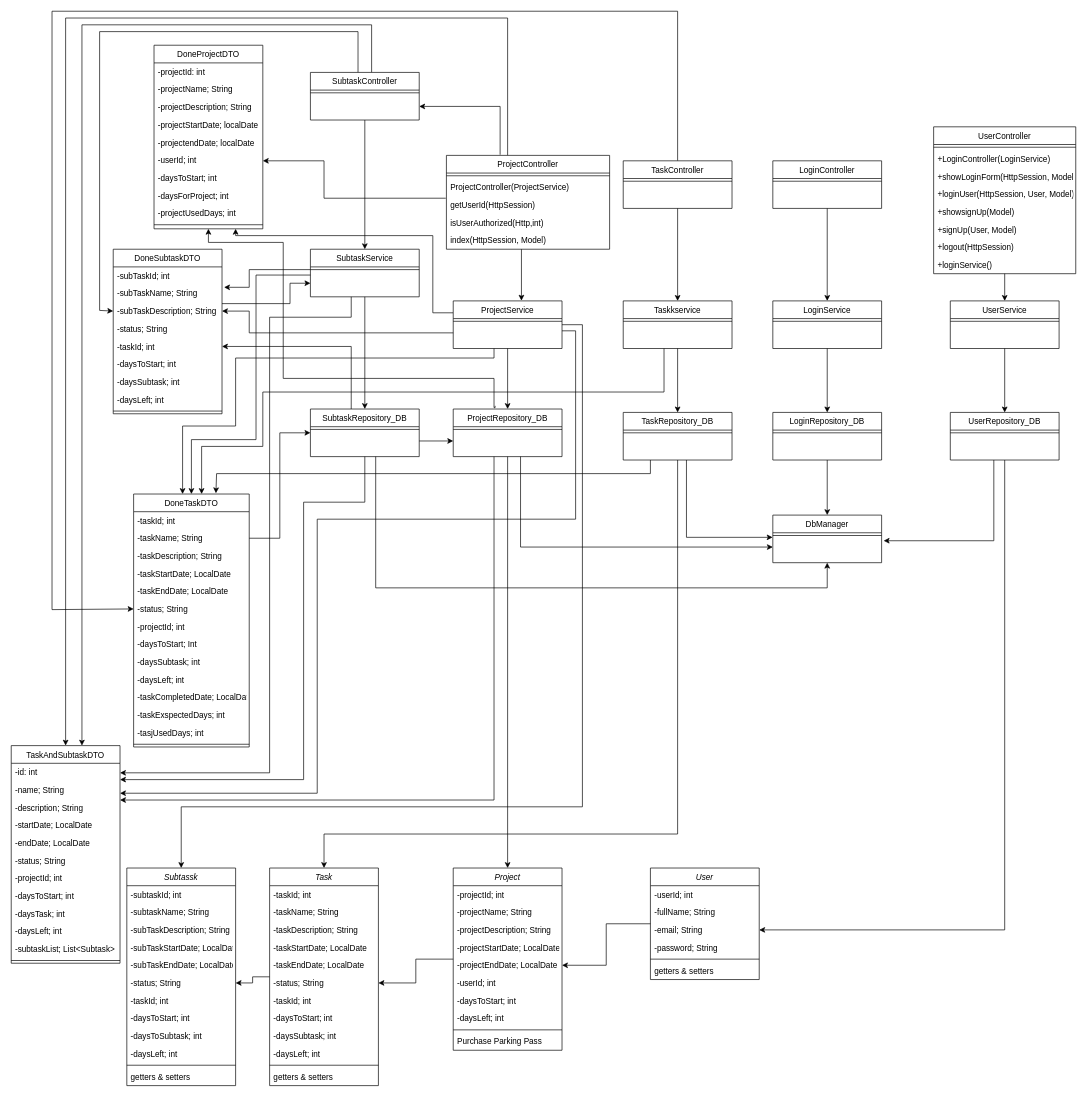
Atributties/ProjectPeak keeps this draw.io diagram as docs/Class_Diagram.drawio. Above is the earlier version. Source tidied: cells renumbered, new cells numbered last; positions are measured from the earlier drawing's top-left corner, leaving out a move shared by most shapes. Both pictures are drawn from the tidied source at 68%, with x=0, y=0 at pixel (11, 11).
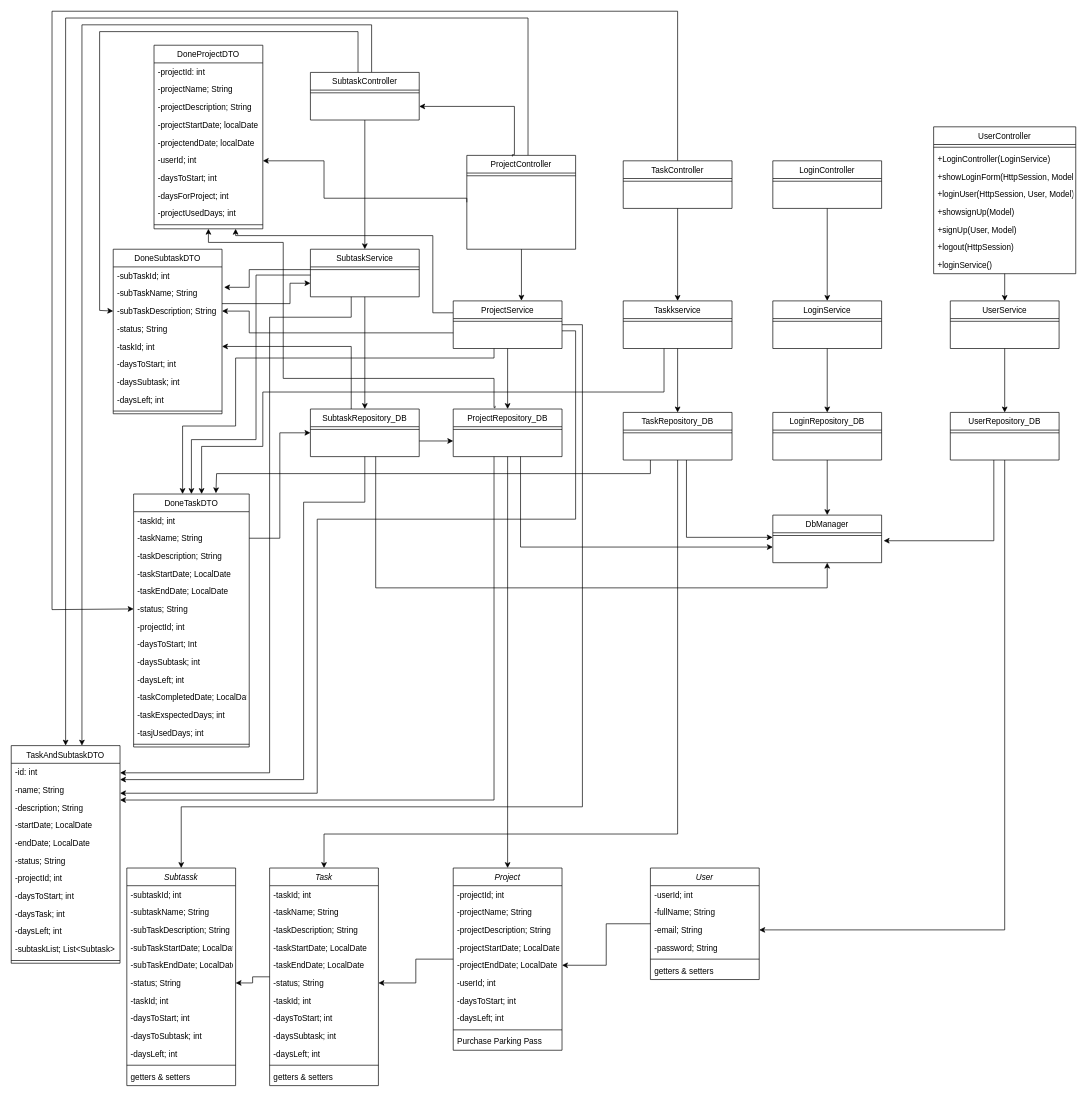
After the change.

Unchanged cells that the change refers to:
```xml
<mxCell id="107" value="TaskAndSubtaskDTO" style="swimlane;fontStyle=0;align=center;verticalAlign=top;horizontal=1;startSize=26;rounded=0;shadow=0;strokeWidth=1;" parent="1" vertex="1">
  <mxGeometry y="1080" width="160" height="320" as="geometry" />
</mxCell>
```

The edit, as a diff of the source:
```diff
@@
-    <mxCell id="164" style="edgeStyle=orthogonalEdgeStyle;rounded=0;jettySize=auto;html=1;exitX=-0.004;exitY=0.115;exitDx=0;exitDy=0;exitPerimeter=0;" parent="1" edge="1" source="170">
+    <mxCell id="164" style="edgeStyle=orthogonalEdgeStyle;rounded=0;jettySize=auto;html=1;exitX=0;exitY=0.5;exitDx=0;exitDy=0;" parent="1" edge="1" source="167">
       <mxGeometry relative="1" as="geometry">
         <mxPoint x="370" y="220" as="targetPoint" />
         <Array as="points">
+          <mxPoint x="670" y="275" />
           <mxPoint x="460" y="275" />
           <mxPoint x="460" y="220" />
         </Array>
       </mxGeometry>
     </mxCell>
@@
     <mxCell id="166" style="edgeStyle=orthogonalEdgeStyle;rounded=0;jettySize=auto;html=1;entryX=0.5;entryY=0;entryDx=0;entryDy=0;" parent="1" edge="1" source="167" target="107">
       <mxGeometry relative="1" as="geometry">
         <Array as="points">
-          <mxPoint x="730" y="10" />
+          <mxPoint x="760" y="10" />
           <mxPoint x="80" y="10" />
         </Array>
       </mxGeometry>
     </mxCell>
     <mxCell id="167" value="ProjectController" style="swimlane;fontStyle=0;align=center;verticalAlign=top;horizontal=1;startSize=26;rounded=0;shadow=0;strokeWidth=1;" parent="1" vertex="1">
-      <mxGeometry x="640" y="212" width="240" height="138" as="geometry" />
+      <mxGeometry x="670" y="212" width="160" height="138" as="geometry" />
     </mxCell>
     <mxCell id="168" style="line;html=1;strokeWidth=1;align=left;verticalAlign=middle;spacingTop=-1;spacingLeft=3;spacingRight=3;labelPosition=right;" parent="167" vertex="1">
-      <mxGeometry y="26" width="240" height="8" as="geometry" />
+      <mxGeometry y="26" width="160" height="8" as="geometry" />
     </mxCell>
-    <mxCell id="169" value="ProjectController(ProjectService)" style="text;align=left;verticalAlign=top;spacingLeft=4;spacingRight=4;overflow=hidden;" parent="167" vertex="1">
-      <mxGeometry y="34" width="240" height="26" as="geometry" />
-    </mxCell>
-    <mxCell id="170" value="getUserId(HttpSession)" style="text;align=left;verticalAlign=top;spacingLeft=4;spacingRight=4;overflow=hidden;points=[[0,0.5],[1,0.5]];portConstraint=eastwest;" parent="167" vertex="1">
-      <mxGeometry y="60" width="240" height="26" as="geometry" />
-    </mxCell>
-    <mxCell id="171" value="isUserAuthorized(Http,int)" style="text;align=left;verticalAlign=top;spacingLeft=4;spacingRight=4;overflow=hidden;" parent="167" vertex="1">
-      <mxGeometry y="86" width="240" height="26" as="geometry" />
-    </mxCell>
-    <mxCell id="172" value="index(HttpSession, Model)" style="text;align=left;verticalAlign=top;spacingLeft=4;spacingRight=4;overflow=hidden;" parent="167" vertex="1">
-      <mxGeometry y="112" width="240" height="26" as="geometry" />
-    </mxCell>
@@
-    <mxCell id="178" style="edgeStyle=orthogonalEdgeStyle;rounded=0;jettySize=auto;html=1;exitX=0.329;exitY=-0.007;exitDx=0;exitDy=0;exitPerimeter=0;" parent="1" edge="1" source="167">
+    <mxCell id="178" style="edgeStyle=orthogonalEdgeStyle;rounded=0;jettySize=auto;html=1;exitX=0.419;exitY=0.012;exitDx=0;exitDy=0;exitPerimeter=0;" parent="1" edge="1" source="167">
       <mxGeometry relative="1" as="geometry">
         <mxPoint x="600" y="140" as="targetPoint" />
         <Array as="points">
-          <mxPoint x="719" y="140" />
-          <mxPoint x="601" y="140" />
+          <mxPoint x="737" y="211" />
+          <mxPoint x="740" y="211" />
+          <mxPoint x="740" y="140" />
         </Array>
       </mxGeometry>
     </mxCell>
```
